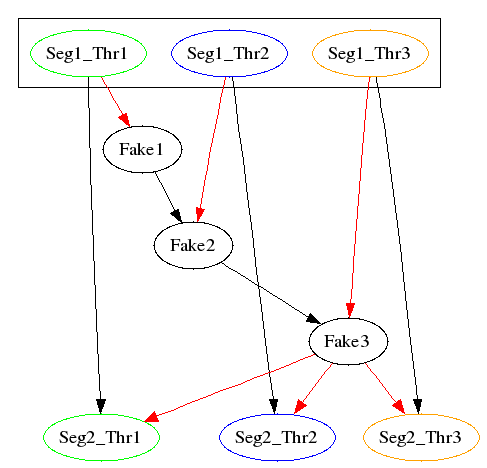
spurious/ThreadSanitizer-mirror keeps this Graphviz diagram as msm/barrier2.png. Above is the earlier version. Its source is kept beside it as msm/barrier2.dot.
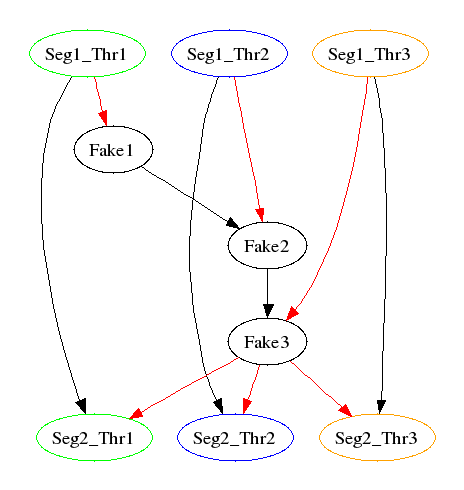
Later version of the same file.

Commit message:
git-svn-id: http://data-race-test.googlecode.com/svn/trunk@136 93a3164d-3a44-0410-8ae5-4baa038b0729

What changed in the source:
```diff
@@ -13,10 +13,18 @@
   Seg1_Thr3 -> Seg2_Thr3;
 
   subgraph cluster1 {
+    style = "setlinewidth(0)";
     Seg1_Thr1;
     Seg1_Thr2;
     Seg1_Thr3;
   }
+  subgraph cluster2 {
+    style = "setlinewidth(0)";
+    Seg2_Thr1;
+    Seg2_Thr2;
+    Seg2_Thr3;
+  }
+
 
 
   Seg1_Thr1 -> Fake1 [color = red];
```
